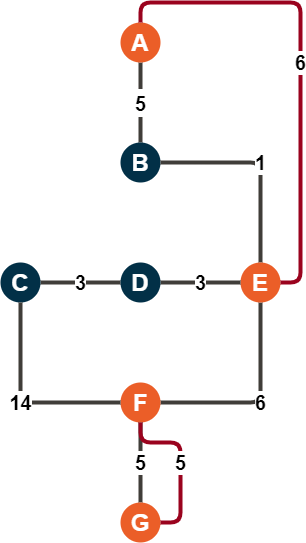
Before: The-Subway-Challenge/Images/Network-Final-Augment.png, a diagram exported from draw.io (Williamdst/Capstone-2). Source tidied: cells renumbered, new cells last; positions are measured from the earlier drawing's top-left corner, leaving out a move shared by most shapes. Its diagram source:
```xml
<mxGraphModel>
  <root>
    <mxCell id="0" />
    <mxCell id="1" parent="0" />
    <mxCell id="2" value="&lt;b style=&quot;font-size: 20px&quot;&gt;5&lt;/b&gt;" style="edgeStyle=orthogonalEdgeStyle;rounded=1;jettySize=auto;html=1;endArrow=none;endFill=0;strokeWidth=4;strokeColor=#403d39;fontSize=24;" parent="1" edge="1" source="3" target="5">
      <mxGeometry relative="1" as="geometry" />
    </mxCell>
    <mxCell id="3" value="&lt;h1&gt;&lt;font color=&quot;#ffffff&quot;&gt;A&lt;/font&gt;&lt;/h1&gt;" style="ellipse;whiteSpace=wrap;html=1;strokeColor=none;fillColor=#eb5e28;" parent="1" vertex="1">
      <mxGeometry x="120" y="20" width="40" height="40" as="geometry" />
    </mxCell>
    <mxCell id="4" value="1" style="edgeStyle=orthogonalEdgeStyle;rounded=1;jettySize=auto;html=1;entryX=0.5;entryY=0;entryDx=0;entryDy=0;endArrow=none;endFill=0;strokeWidth=4;strokeColor=#403d39;fontStyle=1;fontSize=20;" parent="1" edge="1" source="5" target="7">
      <mxGeometry relative="1" as="geometry" />
    </mxCell>
    <mxCell id="5" value="&lt;h1&gt;&lt;font color=&quot;#ffffff&quot;&gt;B&lt;/font&gt;&lt;/h1&gt;" style="ellipse;whiteSpace=wrap;html=1;fillColor=#023047;strokeColor=none;" parent="1" vertex="1">
      <mxGeometry x="120" y="140" width="40" height="40" as="geometry" />
    </mxCell>
    <mxCell id="6" value="6" style="edgeStyle=orthogonalEdgeStyle;rounded=1;jettySize=auto;html=1;entryX=1;entryY=0.5;entryDx=0;entryDy=0;endArrow=none;endFill=0;strokeColor=#403d39;strokeWidth=4;fontStyle=1;fontSize=20;" parent="1" edge="1" source="7" target="12">
      <mxGeometry relative="1" as="geometry">
        <Array as="points">
          <mxPoint x="260" y="400" />
        </Array>
      </mxGeometry>
    </mxCell>
    <mxCell id="7" value="E" style="ellipse;whiteSpace=wrap;html=1;strokeColor=none;fillColor=#EB5E28;fontSize=24;fontColor=#FFFFFF;fontStyle=1;" parent="1" vertex="1">
      <mxGeometry x="240" y="260" width="40" height="40" as="geometry" />
    </mxCell>
    <mxCell id="8" value="3" style="edgeStyle=orthogonalEdgeStyle;rounded=1;jettySize=auto;html=1;endArrow=none;endFill=0;strokeWidth=4;strokeColor=#403d39;fontStyle=1;fontSize=20;" parent="1" edge="1" source="10" target="15">
      <mxGeometry relative="1" as="geometry" />
    </mxCell>
    <mxCell id="9" value="3" style="edgeStyle=orthogonalEdgeStyle;rounded=1;jettySize=auto;html=1;endArrow=none;endFill=0;strokeWidth=4;strokeColor=#403d39;fontStyle=1;fontSize=20;" parent="1" edge="1" source="10" target="7">
      <mxGeometry relative="1" as="geometry" />
    </mxCell>
    <mxCell id="10" value="D" style="ellipse;whiteSpace=wrap;html=1;fillColor=#023047;strokeColor=none;fontSize=24;fontColor=#FFFFFF;fontStyle=1;" parent="1" vertex="1">
      <mxGeometry x="120" y="260" width="40" height="40" as="geometry" />
    </mxCell>
    <mxCell id="11" value="5" style="edgeStyle=orthogonalEdgeStyle;rounded=1;jettySize=auto;html=1;endArrow=none;endFill=0;strokeWidth=4;strokeColor=#403d39;fontStyle=1;fontSize=20;" parent="1" edge="1" source="12" target="13">
      <mxGeometry relative="1" as="geometry" />
    </mxCell>
    <mxCell id="12" value="F" style="ellipse;whiteSpace=wrap;html=1;strokeColor=none;fontSize=24;fontColor=#FFFFFF;fontStyle=1;fillColor=#EB5E28;" parent="1" vertex="1">
      <mxGeometry x="120" y="380" width="40" height="40" as="geometry" />
    </mxCell>
    <mxCell id="13" value="G" style="ellipse;whiteSpace=wrap;html=1;strokeColor=none;fillColor=#EB5E28;fontSize=24;fontColor=#FFFFFF;fontStyle=1;" parent="1" vertex="1">
      <mxGeometry x="120" y="500" width="40" height="40" as="geometry" />
    </mxCell>
    <mxCell id="14" value="14" style="edgeStyle=orthogonalEdgeStyle;rounded=1;jettySize=auto;html=1;entryX=0;entryY=0.5;entryDx=0;entryDy=0;endArrow=none;endFill=0;strokeColor=#403d39;strokeWidth=4;fontStyle=1;fontSize=20;" parent="1" edge="1" source="15" target="12">
      <mxGeometry relative="1" as="geometry">
        <Array as="points">
          <mxPoint x="20" y="400" />
        </Array>
      </mxGeometry>
    </mxCell>
    <mxCell id="15" value="C" style="ellipse;whiteSpace=wrap;html=1;fillColor=#023047;strokeColor=none;fontSize=24;fontColor=#FFFFFF;fontStyle=1;" parent="1" vertex="1">
      <mxGeometry y="260" width="40" height="40" as="geometry" />
    </mxCell>
    <mxCell id="16" value="6" style="edgeStyle=orthogonalEdgeStyle;rounded=1;jettySize=auto;html=1;endArrow=none;endFill=0;strokeWidth=4;strokeColor=#9a031e;fontStyle=1;fontSize=20;" parent="1" edge="1" source="3" target="7">
      <mxGeometry relative="1" as="geometry">
        <Array as="points">
          <mxPoint x="140" />
          <mxPoint x="300" />
          <mxPoint x="300" y="280" />
        </Array>
      </mxGeometry>
    </mxCell>
    <mxCell id="17" value="5" style="edgeStyle=orthogonalEdgeStyle;rounded=1;jettySize=auto;html=1;endArrow=none;endFill=0;strokeWidth=4;fontStyle=1;fontSize=20;strokeColor=#9A031E;entryX=1;entryY=0.5;entryDx=0;entryDy=0;" parent="1" edge="1" source="12" target="13">
      <mxGeometry relative="1" as="geometry">
        <Array as="points">
          <mxPoint x="140" y="440" />
          <mxPoint x="180" y="440" />
          <mxPoint x="180" y="520" />
        </Array>
      </mxGeometry>
    </mxCell>
  </root>
</mxGraphModel>
```
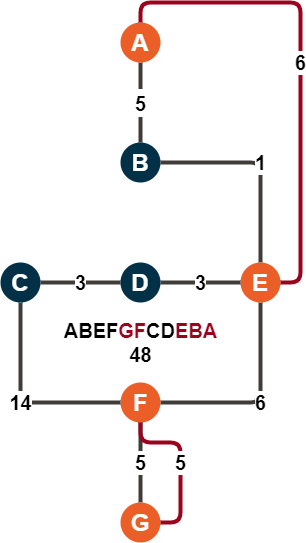
After the change.

Change to the diagram source:
```diff
@@ -70,5 +70,8 @@
         </Array>
       </mxGeometry>
     </mxCell>
+    <mxCell id="18" value="&lt;b&gt;&lt;font style=&quot;font-size: 20px&quot;&gt;ABEF&lt;font color=&quot;#9a031e&quot;&gt;GF&lt;/font&gt;CD&lt;font color=&quot;#9a031e&quot;&gt;EBA&lt;/font&gt;&lt;br&gt;48&lt;br&gt;&lt;/font&gt;&lt;/b&gt;" style="text;html=1;align=center;verticalAlign=middle;strokeColor=none;" parent="1" vertex="1">
+      <mxGeometry x="55" y="320" width="170" height="40" as="geometry" />
+    </mxCell>
   </root>
 </mxGraphModel>
```
